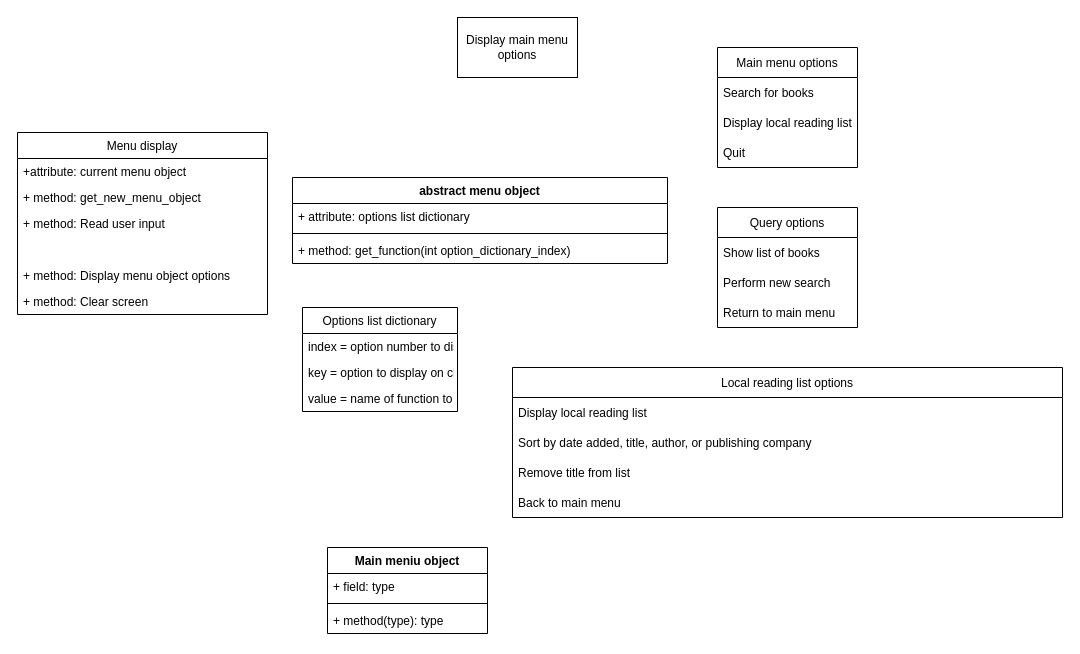
Earlier version of the draw.io diagram docs/google books cli.drawio (mammadu/google-books-cli). Source tidied: cells renumbered, new cells numbered last; positions are measured from the earlier drawing's top-left corner, leaving out a move shared by most shapes. Both pictures are drawn from the tidied source at 100%, with x=0, y=0 at pixel (17, 17).
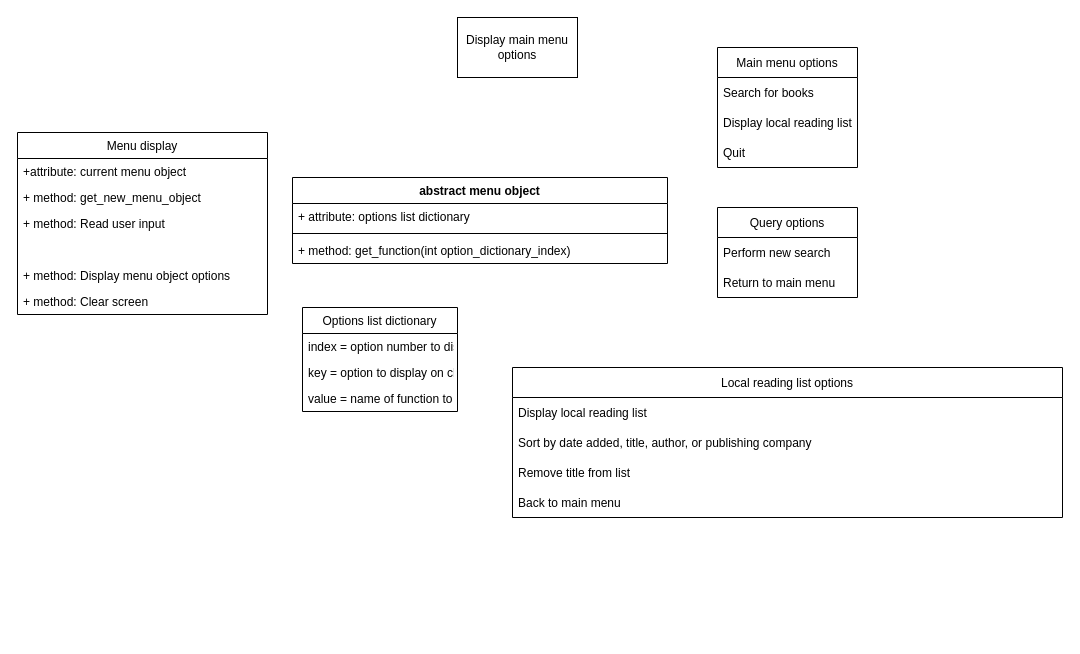
After the change.

Commit message (it also covers changes not shown here):
Implement google books api Can now enter search terms into cli and produce google books results Need to properly show search results Need to add ability to add books to favorites

Diff of the diagram source:
```diff
@@
     <mxCell id="7" value="Query options" style="swimlane;fontStyle=0;horizontal=1;startSize=30;" parent="1" vertex="1">
-      <mxGeometry x="700" y="190" width="140" height="120" as="geometry" />
+      <mxGeometry x="700" y="190" width="140" height="90" as="geometry" />
     </mxCell>
-    <mxCell id="8" value="Show list of books" style="text;strokeColor=none;fillColor=none;align=left;verticalAlign=middle;spacingLeft=4;spacingRight=4;overflow=hidden;" parent="7" vertex="1">
-      <mxGeometry y="30" width="140" height="30" as="geometry" />
-    </mxCell>
     <mxCell id="9" value="Perform new search" style="text;strokeColor=none;fillColor=none;align=left;verticalAlign=middle;spacingLeft=4;spacingRight=4;overflow=hidden;" parent="7" vertex="1">
-      <mxGeometry y="60" width="140" height="30" as="geometry" />
+      <mxGeometry y="30" width="140" height="30" as="geometry" />
     </mxCell>
     <mxCell id="10" value="Return to main menu" style="text;strokeColor=none;fillColor=none;align=left;verticalAlign=middle;spacingLeft=4;spacingRight=4;overflow=hidden;" parent="7" vertex="1">
-      <mxGeometry y="90" width="140" height="30" as="geometry" />
+      <mxGeometry y="60" width="140" height="30" as="geometry" />
     </mxCell>
@@
-    <mxCell id="31" value="Main meniu object" style="swimlane;fontStyle=1;align=center;verticalAlign=top;horizontal=1;startSize=26;" parent="1" vertex="1">
-      <mxGeometry x="310" y="530" width="160" height="86" as="geometry" />
-    </mxCell>
-    <mxCell id="32" value="+ field: type" style="text;strokeColor=none;fillColor=none;align=left;verticalAlign=top;spacingLeft=4;spacingRight=4;overflow=hidden;" parent="31" vertex="1">
-      <mxGeometry y="26" width="160" height="26" as="geometry" />
-    </mxCell>
-    <mxCell id="33" style="line;strokeWidth=1;fillColor=none;align=left;verticalAlign=middle;spacingTop=-1;spacingLeft=3;spacingRight=3;labelPosition=right;" parent="31" vertex="1">
-      <mxGeometry y="52" width="160" height="8" as="geometry" />
-    </mxCell>
-    <mxCell id="34" value="+ method(type): type" style="text;strokeColor=none;fillColor=none;align=left;verticalAlign=top;spacingLeft=4;spacingRight=4;overflow=hidden;" parent="31" vertex="1">
-      <mxGeometry y="60" width="160" height="26" as="geometry" />
-    </mxCell>
```
